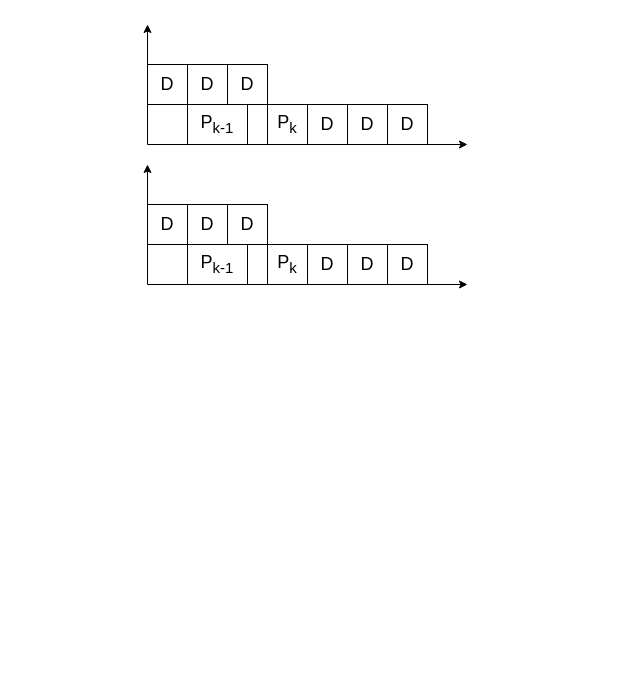
zgchen2000/drawio keeps this draw.io diagram as paper.drawio. Above is the earlier version. Source tidied: cells renumbered, new cells numbered last; positions are measured from the earlier drawing's top-left corner, leaving out a move shared by most shapes. Both pictures are drawn from the tidied source at 100%, with x=0, y=0 at pixel (147, 24).
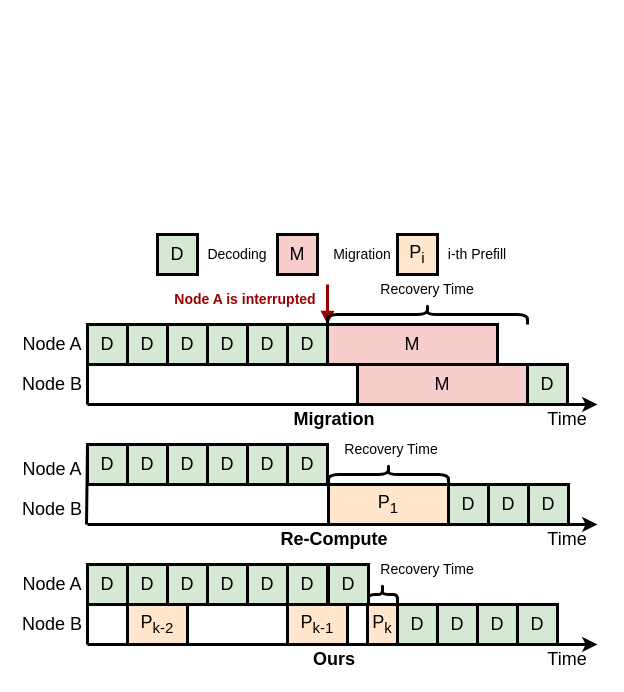
The same page after the edit.

What changed in the source:
```diff
@@
-    <mxCell id="2" value="&lt;span style=&quot;font-size: 18px;&quot;&gt;D&lt;/span&gt;" style="whiteSpace=wrap;html=1;" parent="1" vertex="1">
-      <mxGeometry y="180" width="40" height="40" as="geometry" />
+    <mxCell id="2" value="&lt;span style=&quot;font-size: 18px;&quot;&gt;D&lt;/span&gt;" style="whiteSpace=wrap;html=1;fillColor=#d5e8d4;strokeColor=#000000;strokeWidth=3;" parent="1" vertex="1">
+      <mxGeometry x="-60" y="540" width="40" height="40" as="geometry" />
     </mxCell>
-    <mxCell id="3" value="&lt;font style=&quot;font-size: 18px;&quot;&gt;P&lt;sub&gt;k&lt;/sub&gt;&lt;/font&gt;" style="whiteSpace=wrap;html=1;" parent="1" vertex="1">
-      <mxGeometry x="120" y="220" width="40" height="40" as="geometry" />
+    <mxCell id="3" value="&lt;font style=&quot;font-size: 18px;&quot;&gt;P&lt;sub&gt;k&lt;/sub&gt;&lt;/font&gt;" style="whiteSpace=wrap;html=1;fillColor=#ffe6cc;strokeColor=#000000;strokeWidth=3;" parent="1" vertex="1">
+      <mxGeometry x="220" y="580" width="30" height="40" as="geometry" />
     </mxCell>
-    <mxCell id="4" value="&lt;font style=&quot;font-size: 18px;&quot;&gt;P&lt;sub&gt;k-1&lt;/sub&gt;&lt;/font&gt;" style="whiteSpace=wrap;html=1;" parent="1" vertex="1">
-      <mxGeometry x="40" y="220" width="60" height="40" as="geometry" />
+    <mxCell id="4" value="&lt;font style=&quot;font-size: 18px;&quot;&gt;P&lt;sub&gt;k-2&lt;/sub&gt;&lt;/font&gt;" style="whiteSpace=wrap;html=1;fillColor=#ffe6cc;strokeColor=#000000;strokeWidth=3;" parent="1" vertex="1">
+      <mxGeometry x="-20" y="580" width="60" height="40" as="geometry" />
     </mxCell>
-    <mxCell id="5" style="endArrow=classic;html=1;rounded=0;" parent="1" edge="1">
+    <mxCell id="5" style="endArrow=classic;html=1;rounded=0;entryX=1;entryY=0;entryDx=0;entryDy=0;strokeWidth=3;" parent="1" edge="1" target="39">
       <mxGeometry relative="1" as="geometry">
-        <mxPoint y="260" as="sourcePoint" />
-        <mxPoint x="320" y="260" as="targetPoint" />
+        <mxPoint x="-60" y="620" as="sourcePoint" />
       </mxGeometry>
     </mxCell>
-    <mxCell id="6" style="endArrow=classic;html=1;rounded=0;" parent="1" edge="1">
+    <mxCell id="6" style="endArrow=none;html=1;rounded=0;endFill=0;strokeWidth=3;" parent="1" edge="1">
       <mxGeometry relative="1" as="geometry">
-        <mxPoint y="260" as="sourcePoint" />
-        <mxPoint y="140" as="targetPoint" />
+        <mxPoint x="-60" y="620" as="sourcePoint" />
+        <mxPoint x="-60" y="540" as="targetPoint" />
       </mxGeometry>
     </mxCell>
-    <mxCell id="7" value="&lt;span style=&quot;font-size: 18px;&quot;&gt;D&lt;/span&gt;" style="whiteSpace=wrap;html=1;" parent="1" vertex="1">
-      <mxGeometry x="40" y="180" width="40" height="40" as="geometry" />
+    <mxCell id="7" value="&lt;span style=&quot;font-size: 18px;&quot;&gt;D&lt;/span&gt;" style="whiteSpace=wrap;html=1;fillColor=#d5e8d4;strokeColor=#000000;strokeWidth=3;" parent="1" vertex="1">
+      <mxGeometry x="-20" y="540" width="40" height="40" as="geometry" />
     </mxCell>
-    <mxCell id="8" value="&lt;span style=&quot;font-size: 18px;&quot;&gt;D&lt;/span&gt;" style="whiteSpace=wrap;html=1;" parent="1" vertex="1">
-      <mxGeometry x="80" y="180" width="40" height="40" as="geometry" />
+    <mxCell id="8" value="&lt;span style=&quot;font-size: 18px;&quot;&gt;D&lt;/span&gt;" style="whiteSpace=wrap;html=1;fillColor=#d5e8d4;strokeColor=#000000;strokeWidth=3;" parent="1" vertex="1">
+      <mxGeometry x="20" y="540" width="40" height="40" as="geometry" />
     </mxCell>
-    <mxCell id="9" value="&lt;span style=&quot;font-size: 18px;&quot;&gt;D&lt;/span&gt;" style="whiteSpace=wrap;html=1;" parent="1" vertex="1">
-      <mxGeometry x="160" y="220" width="40" height="40" as="geometry" />
-    </mxCell>
-    <mxCell id="10" value="&lt;span style=&quot;font-size: 18px;&quot;&gt;D&lt;/span&gt;" style="whiteSpace=wrap;html=1;" parent="1" vertex="1">
-      <mxGeometry x="200" y="220" width="40" height="40" as="geometry" />
+    <mxCell id="10" value="&lt;span style=&quot;font-size: 18px;&quot;&gt;D&lt;/span&gt;" style="whiteSpace=wrap;html=1;fillColor=#d5e8d4;strokeColor=#000000;strokeWidth=3;" parent="1" vertex="1">
+      <mxGeometry x="250" y="580" width="40" height="40" as="geometry" />
     </mxCell>
-    <mxCell id="11" value="&lt;span style=&quot;font-size: 18px;&quot;&gt;D&lt;/span&gt;" style="whiteSpace=wrap;html=1;" parent="1" vertex="1">
-      <mxGeometry x="240" y="220" width="40" height="40" as="geometry" />
+    <mxCell id="11" value="&lt;span style=&quot;font-size: 18px;&quot;&gt;D&lt;/span&gt;" style="whiteSpace=wrap;html=1;fillColor=#d5e8d4;strokeColor=#000000;strokeWidth=3;" parent="1" vertex="1">
+      <mxGeometry x="290" y="580" width="40" height="40" as="geometry" />
     </mxCell>
-    <mxCell id="12" value="&lt;span style=&quot;font-size: 18px;&quot;&gt;D&lt;/span&gt;" style="whiteSpace=wrap;html=1;" parent="1" vertex="1">
-      <mxGeometry y="40" width="40" height="40" as="geometry" />
+    <mxCell id="12" value="&lt;span style=&quot;font-size: 18px;&quot;&gt;D&lt;/span&gt;" style="whiteSpace=wrap;html=1;fillColor=#d5e8d4;strokeColor=#000000;strokeWidth=3;" parent="1" vertex="1">
+      <mxGeometry x="-60" y="420" width="40" height="40" as="geometry" />
     </mxCell>
-    <mxCell id="13" value="&lt;font style=&quot;font-size: 18px;&quot;&gt;P&lt;sub&gt;k&lt;/sub&gt;&lt;/font&gt;" style="whiteSpace=wrap;html=1;" parent="1" vertex="1">
-      <mxGeometry x="120" y="80" width="40" height="40" as="geometry" />
-    </mxCell>
-    <mxCell id="14" value="&lt;font style=&quot;font-size: 18px;&quot;&gt;P&lt;sub&gt;k-1&lt;/sub&gt;&lt;/font&gt;" style="whiteSpace=wrap;html=1;" parent="1" vertex="1">
-      <mxGeometry x="40" y="80" width="60" height="40" as="geometry" />
-    </mxCell>
-    <mxCell id="15" style="endArrow=classic;html=1;rounded=0;" parent="1" edge="1">
+    <mxCell id="15" style="endArrow=classic;html=1;rounded=0;entryX=1;entryY=0;entryDx=0;entryDy=0;strokeWidth=3;" parent="1" edge="1" target="38">
       <mxGeometry relative="1" as="geometry">
-        <mxPoint y="120" as="sourcePoint" />
-        <mxPoint x="320" y="120" as="targetPoint" />
+        <mxPoint x="-60" y="500" as="sourcePoint" />
       </mxGeometry>
     </mxCell>
-    <mxCell id="16" style="endArrow=classic;html=1;rounded=0;" parent="1" edge="1">
-      <mxGeometry relative="1" as="geometry">
-        <mxPoint y="120" as="sourcePoint" />
-        <mxPoint as="targetPoint" />
-      </mxGeometry>
-    </mxCell>
-    <mxCell id="17" value="&lt;span style=&quot;font-size: 18px;&quot;&gt;D&lt;/span&gt;" style="whiteSpace=wrap;html=1;" parent="1" vertex="1">
-      <mxGeometry x="40" y="40" width="40" height="40" as="geometry" />
+    <mxCell id="17" value="&lt;span style=&quot;font-size: 18px;&quot;&gt;D&lt;/span&gt;" style="whiteSpace=wrap;html=1;fillColor=#d5e8d4;strokeColor=#000000;strokeWidth=3;" parent="1" vertex="1">
+      <mxGeometry x="-20" y="420" width="40" height="40" as="geometry" />
     </mxCell>
-    <mxCell id="18" value="&lt;span style=&quot;font-size: 18px;&quot;&gt;D&lt;/span&gt;" style="whiteSpace=wrap;html=1;" parent="1" vertex="1">
-      <mxGeometry x="80" y="40" width="40" height="40" as="geometry" />
+    <mxCell id="18" value="&lt;span style=&quot;font-size: 18px;&quot;&gt;D&lt;/span&gt;" style="whiteSpace=wrap;html=1;fillColor=#d5e8d4;strokeColor=#000000;strokeWidth=3;" parent="1" vertex="1">
+      <mxGeometry x="20" y="420" width="40" height="40" as="geometry" />
     </mxCell>
-    <mxCell id="19" value="&lt;span style=&quot;font-size: 18px;&quot;&gt;D&lt;/span&gt;" style="whiteSpace=wrap;html=1;" parent="1" vertex="1">
-      <mxGeometry x="160" y="80" width="40" height="40" as="geometry" />
-    </mxCell>
-    <mxCell id="20" value="&lt;span style=&quot;font-size: 18px;&quot;&gt;D&lt;/span&gt;" style="whiteSpace=wrap;html=1;" parent="1" vertex="1">
-      <mxGeometry x="200" y="80" width="40" height="40" as="geometry" />
-    </mxCell>
-    <mxCell id="21" value="&lt;span style=&quot;font-size: 18px;&quot;&gt;D&lt;/span&gt;" style="whiteSpace=wrap;html=1;" parent="1" vertex="1">
-      <mxGeometry x="240" y="80" width="40" height="40" as="geometry" />
+    <mxCell id="21" value="&lt;span style=&quot;font-size: 18px;&quot;&gt;D&lt;/span&gt;" style="whiteSpace=wrap;html=1;fillColor=#d5e8d4;strokeColor=#000000;strokeWidth=3;" parent="1" vertex="1">
+      <mxGeometry x="381" y="460" width="40" height="40" as="geometry" />
     </mxCell>
+    <mxCell id="22" value="&lt;span style=&quot;font-size: 18px;&quot;&gt;D&lt;/span&gt;" style="whiteSpace=wrap;html=1;fillColor=#d5e8d4;strokeColor=#000000;strokeWidth=3;" parent="1" vertex="1">
+      <mxGeometry x="-60" y="300" width="40" height="40" as="geometry" />
+    </mxCell>
+    <mxCell id="23" value="&lt;span style=&quot;font-size: 18px;&quot;&gt;M&lt;/span&gt;" style="whiteSpace=wrap;html=1;fillColor=#f8cecc;strokeColor=#000000;strokeWidth=3;" parent="1" vertex="1">
+      <mxGeometry x="210" y="340" width="170" height="40" as="geometry" />
+    </mxCell>
+    <mxCell id="24" style="endArrow=classic;html=1;rounded=0;entryX=1;entryY=0;entryDx=0;entryDy=0;strokeWidth=3;" parent="1" edge="1" target="37">
+      <mxGeometry relative="1" as="geometry">
+        <mxPoint x="-60" y="380" as="sourcePoint" />
+      </mxGeometry>
+    </mxCell>
+    <mxCell id="25" style="endArrow=none;html=1;rounded=0;endFill=0;entryX=1;entryY=0;entryDx=0;entryDy=0;strokeWidth=3;" parent="1" edge="1" target="31">
+      <mxGeometry relative="1" as="geometry">
+        <mxPoint x="-60" y="380" as="sourcePoint" />
+      </mxGeometry>
+    </mxCell>
+    <mxCell id="26" value="&lt;span style=&quot;font-size: 18px;&quot;&gt;D&lt;/span&gt;" style="whiteSpace=wrap;html=1;fillColor=#d5e8d4;strokeColor=#000000;strokeWidth=3;" parent="1" vertex="1">
+      <mxGeometry x="-20" y="300" width="40" height="40" as="geometry" />
+    </mxCell>
+    <mxCell id="27" value="&lt;span style=&quot;font-size: 18px;&quot;&gt;D&lt;/span&gt;" style="whiteSpace=wrap;html=1;fillColor=#d5e8d4;strokeColor=#000000;strokeWidth=3;" parent="1" vertex="1">
+      <mxGeometry x="20" y="300" width="40" height="40" as="geometry" />
+    </mxCell>
+    <mxCell id="28" value="&lt;span style=&quot;font-size: 18px;&quot;&gt;D&lt;/span&gt;" style="whiteSpace=wrap;html=1;fillColor=#d5e8d4;strokeColor=#000000;strokeWidth=3;" parent="1" vertex="1">
+      <mxGeometry x="380" y="340" width="40" height="40" as="geometry" />
+    </mxCell>
+    <mxCell id="29" value="&lt;span style=&quot;font-size: 18px;&quot;&gt;P&lt;sub&gt;1&lt;/sub&gt;&lt;/span&gt;" style="whiteSpace=wrap;html=1;fillColor=#ffe6cc;strokeColor=#000000;strokeWidth=3;" parent="1" vertex="1">
+      <mxGeometry x="181" y="460" width="120" height="40" as="geometry" />
+    </mxCell>
+    <mxCell id="30" value="&lt;font style=&quot;font-size: 18px;&quot;&gt;Node B&lt;/font&gt;" style="text;html=1;whiteSpace=wrap;strokeColor=none;fillColor=none;align=center;verticalAlign=middle;rounded=0;strokeWidth=3;" parent="1" vertex="1">
+      <mxGeometry x="-130" y="345" width="70" height="30" as="geometry" />
+    </mxCell>
+    <mxCell id="31" value="&lt;font style=&quot;font-size: 18px;&quot;&gt;Node A&lt;/font&gt;" style="text;html=1;whiteSpace=wrap;strokeColor=none;fillColor=none;align=center;verticalAlign=middle;rounded=0;strokeWidth=3;" parent="1" vertex="1">
+      <mxGeometry x="-130" y="305" width="70" height="30" as="geometry" />
+    </mxCell>
+    <mxCell id="32" style="endArrow=none;html=1;rounded=0;endFill=0;entryX=0;entryY=0;entryDx=0;entryDy=0;strokeWidth=3;" parent="1" edge="1" target="12">
+      <mxGeometry relative="1" as="geometry">
+        <mxPoint x="-61" y="500" as="sourcePoint" />
+      </mxGeometry>
+    </mxCell>
+    <mxCell id="33" value="&lt;font style=&quot;font-size: 18px;&quot;&gt;Node B&lt;/font&gt;" style="text;html=1;whiteSpace=wrap;strokeColor=none;fillColor=none;align=center;verticalAlign=middle;rounded=0;strokeWidth=3;" parent="1" vertex="1">
+      <mxGeometry x="-130" y="470" width="70" height="30" as="geometry" />
+    </mxCell>
+    <mxCell id="34" value="&lt;font style=&quot;font-size: 18px;&quot;&gt;Node A&lt;/font&gt;" style="text;html=1;whiteSpace=wrap;strokeColor=none;fillColor=none;align=center;verticalAlign=middle;rounded=0;strokeWidth=3;" parent="1" vertex="1">
+      <mxGeometry x="-130" y="430" width="70" height="30" as="geometry" />
+    </mxCell>
+    <mxCell id="35" value="&lt;font style=&quot;font-size: 18px;&quot;&gt;Node B&lt;/font&gt;" style="text;html=1;whiteSpace=wrap;strokeColor=none;fillColor=none;align=center;verticalAlign=middle;rounded=0;strokeWidth=3;" parent="1" vertex="1">
+      <mxGeometry x="-130" y="585" width="70" height="30" as="geometry" />
+    </mxCell>
+    <mxCell id="36" value="&lt;font style=&quot;font-size: 18px;&quot;&gt;Node A&lt;/font&gt;" style="text;html=1;whiteSpace=wrap;strokeColor=none;fillColor=none;align=center;verticalAlign=middle;rounded=0;strokeWidth=3;" parent="1" vertex="1">
+      <mxGeometry x="-130" y="545" width="70" height="30" as="geometry" />
+    </mxCell>
+    <mxCell id="37" value="&lt;font style=&quot;font-size: 18px;&quot;&gt;Time&lt;/font&gt;" style="text;html=1;whiteSpace=wrap;strokeColor=none;fillColor=none;align=center;verticalAlign=middle;rounded=0;strokeWidth=3;" parent="1" vertex="1">
+      <mxGeometry x="390" y="380" width="60" height="30" as="geometry" />
+    </mxCell>
+    <mxCell id="38" value="&lt;font style=&quot;font-size: 18px;&quot;&gt;Time&lt;/font&gt;" style="text;html=1;whiteSpace=wrap;strokeColor=none;fillColor=none;align=center;verticalAlign=middle;rounded=0;strokeWidth=3;" parent="1" vertex="1">
+      <mxGeometry x="390" y="500" width="60" height="30" as="geometry" />
+    </mxCell>
+    <mxCell id="39" value="&lt;font style=&quot;font-size: 18px;&quot;&gt;Time&lt;/font&gt;" style="text;html=1;whiteSpace=wrap;strokeColor=none;fillColor=none;align=center;verticalAlign=middle;rounded=0;strokeWidth=3;" parent="1" vertex="1">
+      <mxGeometry x="390" y="620" width="60" height="30" as="geometry" />
+    </mxCell>
+    <mxCell id="40" style="endArrow=block;html=1;rounded=0;endFill=1;strokeColor=#990000;entryX=1;entryY=0;entryDx=0;entryDy=0;strokeWidth=3;" parent="1" edge="1" target="70">
+      <mxGeometry relative="1" as="geometry">
+        <mxPoint x="180" y="260" as="sourcePoint" />
+      </mxGeometry>
+    </mxCell>
+    <mxCell id="41" value="&lt;font style=&quot;color: rgb(153, 0, 0); font-size: 14px;&quot;&gt;&lt;b&gt;Node A is interrupted&lt;/b&gt;&lt;/font&gt;" style="text;html=1;whiteSpace=wrap;strokeColor=none;fillColor=none;align=center;verticalAlign=middle;rounded=0;strokeWidth=3;" parent="1" vertex="1">
+      <mxGeometry x="18" y="260" width="160" height="30" as="geometry" />
+    </mxCell>
+    <mxCell id="42" value="&lt;span style=&quot;font-size: 18px;&quot;&gt;D&lt;/span&gt;" style="whiteSpace=wrap;html=1;fillColor=#d5e8d4;strokeColor=#000000;strokeWidth=3;" parent="1" vertex="1">
+      <mxGeometry x="10" y="210" width="40" height="40" as="geometry" />
+    </mxCell>
+    <mxCell id="43" value="&lt;font style=&quot;font-size: 14px;&quot;&gt;Decoding&lt;/font&gt;" style="text;html=1;whiteSpace=wrap;strokeColor=none;fillColor=none;align=center;verticalAlign=middle;rounded=0;strokeWidth=3;" parent="1" vertex="1">
+      <mxGeometry x="50" y="215" width="80" height="30" as="geometry" />
+    </mxCell>
+    <mxCell id="44" value="&lt;span style=&quot;font-size: 18px;&quot;&gt;M&lt;/span&gt;" style="whiteSpace=wrap;html=1;fillColor=#f8cecc;strokeColor=#000000;strokeWidth=3;" parent="1" vertex="1">
+      <mxGeometry x="130" y="210" width="40" height="40" as="geometry" />
+    </mxCell>
+    <mxCell id="45" value="&lt;font style=&quot;font-size: 14px;&quot;&gt;Migration&lt;/font&gt;" style="text;html=1;whiteSpace=wrap;strokeColor=none;fillColor=none;align=center;verticalAlign=middle;rounded=0;strokeWidth=3;" parent="1" vertex="1">
+      <mxGeometry x="170" y="215" width="90" height="30" as="geometry" />
+    </mxCell>
+    <mxCell id="46" value="&lt;span style=&quot;font-size: 18px;&quot;&gt;P&lt;sub&gt;i&lt;/sub&gt;&lt;/span&gt;" style="whiteSpace=wrap;html=1;fillColor=#ffe6cc;strokeColor=#000000;strokeWidth=3;" parent="1" vertex="1">
+      <mxGeometry x="250" y="210" width="40" height="40" as="geometry" />
+    </mxCell>
+    <mxCell id="47" value="&lt;font style=&quot;font-size: 14px;&quot;&gt;i-th Prefill&lt;/font&gt;" style="text;html=1;whiteSpace=wrap;strokeColor=none;fillColor=none;align=center;verticalAlign=middle;rounded=0;strokeWidth=3;" parent="1" vertex="1">
+      <mxGeometry x="290" y="215" width="80" height="30" as="geometry" />
+    </mxCell>
+    <mxCell id="48" value="&lt;font style=&quot;font-size: 18px;&quot;&gt;&lt;b&gt;Migration&lt;/b&gt;&lt;/font&gt;" style="text;html=1;whiteSpace=wrap;strokeColor=none;fillColor=none;align=center;verticalAlign=middle;rounded=0;strokeWidth=3;" parent="1" vertex="1">
+      <mxGeometry x="144" y="380" width="86" height="30" as="geometry" />
+    </mxCell>
+    <mxCell id="49" value="&lt;font style=&quot;font-size: 18px;&quot;&gt;&lt;b&gt;Re-Compute&lt;/b&gt;&lt;/font&gt;" style="text;html=1;whiteSpace=wrap;strokeColor=none;fillColor=none;align=center;verticalAlign=middle;rounded=0;strokeWidth=3;" parent="1" vertex="1">
+      <mxGeometry x="129" y="500" width="116" height="30" as="geometry" />
+    </mxCell>
+    <mxCell id="50" value="&lt;font style=&quot;font-size: 18px;&quot;&gt;&lt;b&gt;Ours&lt;/b&gt;&lt;/font&gt;" style="text;html=1;whiteSpace=wrap;strokeColor=none;fillColor=none;align=center;verticalAlign=middle;rounded=0;strokeWidth=3;" parent="1" vertex="1">
+      <mxGeometry x="129" y="620" width="116" height="30" as="geometry" />
+    </mxCell>
+    <mxCell id="51" value="&lt;span style=&quot;font-size: 18px;&quot;&gt;D&lt;/span&gt;" style="whiteSpace=wrap;html=1;fillColor=#d5e8d4;strokeColor=#000000;strokeWidth=3;" parent="1" vertex="1">
+      <mxGeometry x="60" y="300" width="40" height="40" as="geometry" />
+    </mxCell>
+    <mxCell id="52" value="&lt;span style=&quot;font-size: 18px;&quot;&gt;D&lt;/span&gt;" style="whiteSpace=wrap;html=1;fillColor=#d5e8d4;strokeColor=#000000;strokeWidth=3;" parent="1" vertex="1">
+      <mxGeometry x="301" y="460" width="40" height="40" as="geometry" />
+    </mxCell>
+    <mxCell id="53" value="&lt;span style=&quot;font-size: 18px;&quot;&gt;D&lt;/span&gt;" style="whiteSpace=wrap;html=1;fillColor=#d5e8d4;strokeColor=#000000;strokeWidth=3;" parent="1" vertex="1">
+      <mxGeometry x="341" y="460" width="40" height="40" as="geometry" />
+    </mxCell>
+    <mxCell id="54" value="&lt;span style=&quot;font-size: 18px;&quot;&gt;D&lt;/span&gt;" style="whiteSpace=wrap;html=1;fillColor=#d5e8d4;strokeColor=#000000;strokeWidth=3;" parent="1" vertex="1">
+      <mxGeometry x="60" y="420" width="40" height="40" as="geometry" />
+    </mxCell>
+    <mxCell id="55" value="&lt;span style=&quot;font-size: 18px;&quot;&gt;D&lt;/span&gt;" style="whiteSpace=wrap;html=1;fillColor=#d5e8d4;strokeColor=#000000;strokeWidth=3;" parent="1" vertex="1">
+      <mxGeometry x="60" y="540" width="40" height="40" as="geometry" />
+    </mxCell>
+    <mxCell id="56" value="&lt;span style=&quot;font-size: 18px;&quot;&gt;D&lt;/span&gt;" style="whiteSpace=wrap;html=1;fillColor=#d5e8d4;strokeColor=#000000;strokeWidth=3;" parent="1" vertex="1">
+      <mxGeometry x="330" y="580" width="40" height="40" as="geometry" />
+    </mxCell>
+    <mxCell id="57" value="&lt;span style=&quot;font-size: 18px;&quot;&gt;D&lt;/span&gt;" style="whiteSpace=wrap;html=1;fillColor=#d5e8d4;strokeColor=#000000;strokeWidth=3;" parent="1" vertex="1">
+      <mxGeometry x="370" y="580" width="40" height="40" as="geometry" />
+    </mxCell>
+    <mxCell id="58" style="shape=curlyBracket;whiteSpace=wrap;html=1;rounded=1;flipH=1;labelPosition=right;verticalLabelPosition=middle;align=left;verticalAlign=middle;rotation=-90;strokeWidth=3;" parent="1" vertex="1">
+      <mxGeometry x="270" y="190" width="20" height="200" as="geometry" />
+    </mxCell>
+    <mxCell id="59" value="&lt;font style=&quot;font-size: 14px;&quot;&gt;Recovery Time&lt;/font&gt;" style="text;html=1;whiteSpace=wrap;strokeColor=none;fillColor=none;align=center;verticalAlign=middle;rounded=0;strokeWidth=3;" parent="1" vertex="1">
+      <mxGeometry x="225" y="250" width="110" height="30" as="geometry" />
+    </mxCell>
+    <mxCell id="60" style="shape=curlyBracket;whiteSpace=wrap;html=1;rounded=1;flipH=1;labelPosition=right;verticalLabelPosition=middle;align=left;verticalAlign=middle;rotation=-90;strokeWidth=3;" parent="1" vertex="1">
+      <mxGeometry x="231" y="390" width="20" height="120" as="geometry" />
+    </mxCell>
+    <mxCell id="61" value="&lt;font style=&quot;font-size: 14px;&quot;&gt;Recovery Time&lt;/font&gt;" style="text;html=1;whiteSpace=wrap;strokeColor=none;fillColor=none;align=center;verticalAlign=middle;rounded=0;strokeWidth=3;" parent="1" vertex="1">
+      <mxGeometry x="189" y="410" width="110" height="30" as="geometry" />
+    </mxCell>
+    <mxCell id="62" style="shape=curlyBracket;whiteSpace=wrap;html=1;rounded=1;flipH=1;labelPosition=right;verticalLabelPosition=middle;align=left;verticalAlign=middle;rotation=-90;strokeWidth=3;" parent="1" vertex="1">
+      <mxGeometry x="225" y="555" width="20" height="30" as="geometry" />
+    </mxCell>
+    <mxCell id="63" value="&lt;font style=&quot;font-size: 14px;&quot;&gt;Recovery Time&lt;/font&gt;" style="text;html=1;whiteSpace=wrap;strokeColor=none;fillColor=none;align=center;verticalAlign=middle;rounded=0;strokeWidth=3;" parent="1" vertex="1">
+      <mxGeometry x="225" y="530" width="110" height="30" as="geometry" />
+    </mxCell>
+    <mxCell id="64" value="&lt;span style=&quot;font-size: 18px;&quot;&gt;D&lt;/span&gt;" style="whiteSpace=wrap;html=1;fillColor=#d5e8d4;strokeColor=#000000;strokeWidth=3;" parent="1" vertex="1">
+      <mxGeometry x="100" y="540" width="40" height="40" as="geometry" />
+    </mxCell>
+    <mxCell id="65" value="&lt;span style=&quot;font-size: 18px;&quot;&gt;D&lt;/span&gt;" style="whiteSpace=wrap;html=1;fillColor=#d5e8d4;strokeColor=#000000;strokeWidth=3;" parent="1" vertex="1">
+      <mxGeometry x="140" y="540" width="40" height="40" as="geometry" />
+    </mxCell>
+    <mxCell id="66" value="&lt;span style=&quot;font-size: 18px;&quot;&gt;D&lt;/span&gt;" style="whiteSpace=wrap;html=1;fillColor=#d5e8d4;strokeColor=#000000;strokeWidth=3;" parent="1" vertex="1">
+      <mxGeometry x="181" y="540" width="40" height="40" as="geometry" />
+    </mxCell>
+    <mxCell id="14" value="&lt;font style=&quot;font-size: 18px;&quot;&gt;P&lt;sub&gt;k-1&lt;/sub&gt;&lt;/font&gt;" style="whiteSpace=wrap;html=1;fillColor=#ffe6cc;strokeColor=#000000;strokeWidth=3;" parent="1" vertex="1">
+      <mxGeometry x="140" y="580" width="60" height="40" as="geometry" />
+    </mxCell>
+    <mxCell id="67" value="&lt;span style=&quot;font-size: 18px;&quot;&gt;D&lt;/span&gt;" style="whiteSpace=wrap;html=1;fillColor=#d5e8d4;strokeColor=#000000;strokeWidth=3;" parent="1" vertex="1">
+      <mxGeometry x="100" y="420" width="40" height="40" as="geometry" />
+    </mxCell>
+    <mxCell id="68" value="&lt;span style=&quot;font-size: 18px;&quot;&gt;D&lt;/span&gt;" style="whiteSpace=wrap;html=1;fillColor=#d5e8d4;strokeColor=#000000;strokeWidth=3;" parent="1" vertex="1">
+      <mxGeometry x="140" y="420" width="40" height="40" as="geometry" />
+    </mxCell>
+    <mxCell id="69" value="&lt;span style=&quot;font-size: 18px;&quot;&gt;D&lt;/span&gt;" style="whiteSpace=wrap;html=1;fillColor=#d5e8d4;strokeColor=#000000;strokeWidth=3;" parent="1" vertex="1">
+      <mxGeometry x="100" y="300" width="40" height="40" as="geometry" />
+    </mxCell>
+    <mxCell id="70" value="&lt;span style=&quot;font-size: 18px;&quot;&gt;D&lt;/span&gt;" style="whiteSpace=wrap;html=1;fillColor=#d5e8d4;strokeColor=#000000;strokeWidth=3;" parent="1" vertex="1">
+      <mxGeometry x="140" y="300" width="40" height="40" as="geometry" />
+    </mxCell>
+    <mxCell id="71" value="&lt;span style=&quot;font-size: 18px;&quot;&gt;M&lt;/span&gt;" style="whiteSpace=wrap;html=1;fillColor=#f8cecc;strokeColor=#000000;strokeWidth=3;" parent="1" vertex="1">
+      <mxGeometry x="180" y="300" width="170" height="40" as="geometry" />
+    </mxCell>
```
